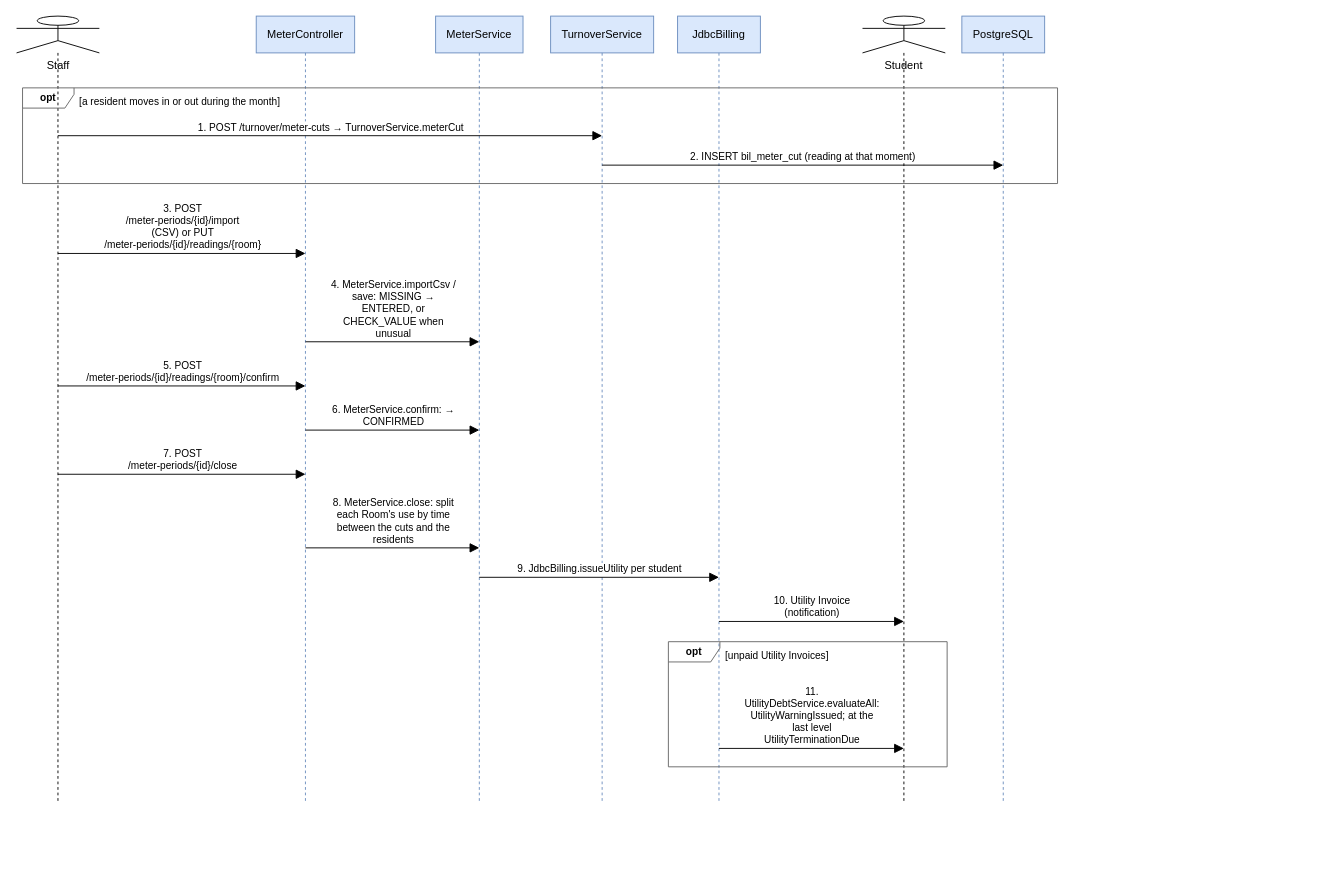
Above: docs/Diagrams/07_Sequence/seq-15-utility-meter-invoice.drawio in tisou47/CampusStay-FPT (draw.io), before the change. Source tidied: cells renumbered, new cells numbered last; positions are measured from the earlier drawing's top-left corner, leaving out a move shared by most shapes. Both pictures are drawn from the tidied source at 92%, with x=0, y=0 at pixel (17, 16).
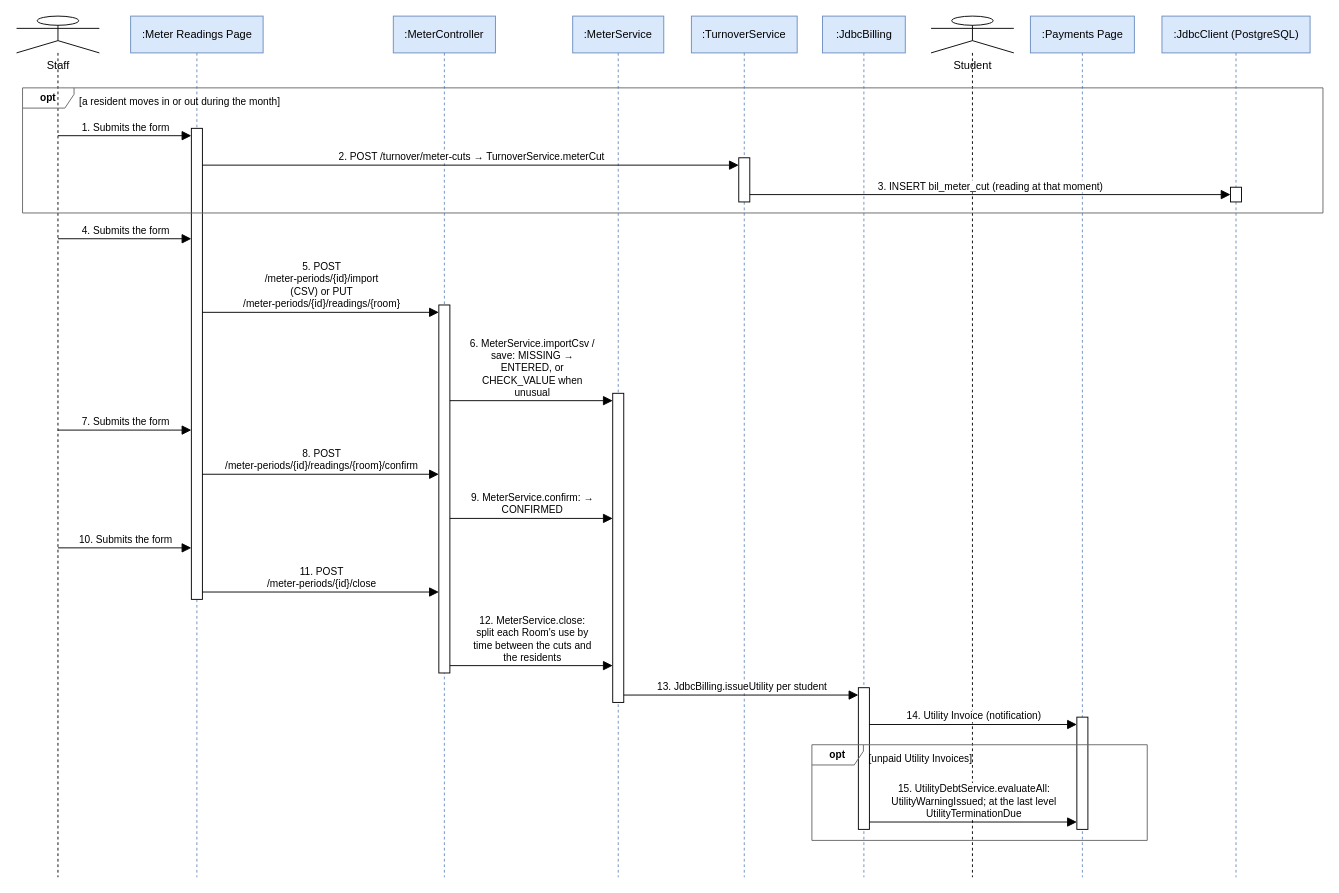
Above is the later version.

The edit, as a diff of the source:
```diff
@@
     <mxCell id="2" value="Staff" style="shape=umlLifeline;participant=umlActor;perimeter=lifelinePerimeter;size=40;verticalAlign=top;spacingTop=40;html=1;whiteSpace=wrap;fontSize=12;fontFamily=Helvetica;" parent="1" vertex="1">
-      <mxGeometry x="-0.5" width="90" height="856" as="geometry" />
+      <mxGeometry x="-0.5" width="90" height="936" as="geometry" />
     </mxCell>
+    <mxCell id="24" value=":Meter Readings Page" style="shape=umlLifeline;perimeter=lifelinePerimeter;size=40;html=1;whiteSpace=wrap;fontSize=12;fontFamily=Helvetica;fillColor=#dae8fc;strokeColor=#6c8ebf;" parent="1" vertex="1">
+      <mxGeometry x="123.5" width="144" height="936" as="geometry" />
+    </mxCell>
-    <mxCell id="3" value="MeterController" style="shape=umlLifeline;perimeter=lifelinePerimeter;size=40;html=1;whiteSpace=wrap;fontSize=12;fontFamily=Helvetica;fillColor=#dae8fc;strokeColor=#6c8ebf;" parent="1" vertex="1">
-      <mxGeometry x="260" width="107" height="856" as="geometry" />
+    <mxCell id="3" value=":MeterController" style="shape=umlLifeline;perimeter=lifelinePerimeter;size=40;html=1;whiteSpace=wrap;fontSize=12;fontFamily=Helvetica;fillColor=#dae8fc;strokeColor=#6c8ebf;" parent="1" vertex="1">
+      <mxGeometry x="409" width="111" height="936" as="geometry" />
     </mxCell>
-    <mxCell id="4" value="MeterService" style="shape=umlLifeline;perimeter=lifelinePerimeter;size=40;html=1;whiteSpace=wrap;fontSize=12;fontFamily=Helvetica;fillColor=#dae8fc;strokeColor=#6c8ebf;" parent="1" vertex="1">
-      <mxGeometry x="455" width="95" height="856" as="geometry" />
+    <mxCell id="4" value=":MeterService" style="shape=umlLifeline;perimeter=lifelinePerimeter;size=40;html=1;whiteSpace=wrap;fontSize=12;fontFamily=Helvetica;fillColor=#dae8fc;strokeColor=#6c8ebf;" parent="1" vertex="1">
+      <mxGeometry x="604" width="99" height="936" as="geometry" />
     </mxCell>
-    <mxCell id="5" value="TurnoverService" style="shape=umlLifeline;perimeter=lifelinePerimeter;size=40;html=1;whiteSpace=wrap;fontSize=12;fontFamily=Helvetica;fillColor=#dae8fc;strokeColor=#6c8ebf;" parent="1" vertex="1">
-      <mxGeometry x="580" width="112" height="856" as="geometry" />
+    <mxCell id="5" value=":TurnoverService" style="shape=umlLifeline;perimeter=lifelinePerimeter;size=40;html=1;whiteSpace=wrap;fontSize=12;fontFamily=Helvetica;fillColor=#dae8fc;strokeColor=#6c8ebf;" parent="1" vertex="1">
+      <mxGeometry x="733" width="115" height="936" as="geometry" />
     </mxCell>
-    <mxCell id="6" value="JdbcBilling" style="shape=umlLifeline;perimeter=lifelinePerimeter;size=40;html=1;whiteSpace=wrap;fontSize=12;fontFamily=Helvetica;fillColor=#dae8fc;strokeColor=#6c8ebf;" parent="1" vertex="1">
-      <mxGeometry x="718" width="90" height="856" as="geometry" />
+    <mxCell id="6" value=":JdbcBilling" style="shape=umlLifeline;perimeter=lifelinePerimeter;size=40;html=1;whiteSpace=wrap;fontSize=12;fontFamily=Helvetica;fillColor=#dae8fc;strokeColor=#6c8ebf;" parent="1" vertex="1">
+      <mxGeometry x="875.5" width="90" height="936" as="geometry" />
     </mxCell>
     <mxCell id="7" value="Student" style="shape=umlLifeline;participant=umlActor;perimeter=lifelinePerimeter;size=40;verticalAlign=top;spacingTop=40;html=1;whiteSpace=wrap;fontSize=12;fontFamily=Helvetica;" parent="1" vertex="1">
-      <mxGeometry x="919" width="90" height="856" as="geometry" />
+      <mxGeometry x="993.5" width="90" height="936" as="geometry" />
     </mxCell>
+    <mxCell id="25" value=":Payments Page" style="shape=umlLifeline;perimeter=lifelinePerimeter;size=40;html=1;whiteSpace=wrap;fontSize=12;fontFamily=Helvetica;fillColor=#dae8fc;strokeColor=#6c8ebf;" parent="1" vertex="1">
+      <mxGeometry x="1101.5" width="113" height="936" as="geometry" />
+    </mxCell>
-    <mxCell id="8" value="PostgreSQL" style="shape=umlLifeline;perimeter=lifelinePerimeter;size=40;html=1;whiteSpace=wrap;fontSize=12;fontFamily=Helvetica;fillColor=#dae8fc;strokeColor=#6c8ebf;" parent="1" vertex="1">
-      <mxGeometry x="1027" width="90" height="856" as="geometry" />
+    <mxCell id="8" value=":JdbcClient (PostgreSQL)" style="shape=umlLifeline;perimeter=lifelinePerimeter;size=40;html=1;whiteSpace=wrap;fontSize=12;fontFamily=Helvetica;fillColor=#dae8fc;strokeColor=#6c8ebf;" parent="1" vertex="1">
+      <mxGeometry x="1244.5" width="161" height="936" as="geometry" />
     </mxCell>
-    <mxCell id="9" value="1. POST /turnover/meter-cuts → TurnoverService.meterCut" style="html=1;rounded=1;fontSize=11;fontFamily=Helvetica;labelBackgroundColor=#ffffff;verticalAlign=bottom;endArrow=block;endFill=1;endSize=8;" parent="1" edge="1">
-      <mxGeometry relative="1" as="geometry">
-        <mxPoint x="44.5" y="130" as="sourcePoint" />
-        <mxPoint x="636" y="130" as="targetPoint" />
-      </mxGeometry>
+    <mxCell id="9" style="rounded=0;whiteSpace=wrap;html=1;fillColor=#FFFFFF;strokeColor=#000000;" parent="1" vertex="1">
+      <mxGeometry x="189.5" y="122" width="12" height="512" as="geometry" />
     </mxCell>
-    <mxCell id="10" value="2. INSERT bil_meter_cut (reading at that moment)" style="html=1;rounded=1;fontSize=11;fontFamily=Helvetica;labelBackgroundColor=#ffffff;verticalAlign=bottom;endArrow=block;endFill=1;endSize=8;" parent="1" edge="1">
-      <mxGeometry relative="1" as="geometry">
-        <mxPoint x="636" y="162" as="sourcePoint" />
-        <mxPoint x="1072" y="162" as="targetPoint" />
-      </mxGeometry>
+    <mxCell id="10" style="rounded=0;whiteSpace=wrap;html=1;fillColor=#FFFFFF;strokeColor=#000000;" parent="1" vertex="1">
+      <mxGeometry x="784.5" y="154" width="12" height="48" as="geometry" />
     </mxCell>
-    <mxCell id="11" value="opt" style="shape=umlFrame;whiteSpace=wrap;html=1;width=56;height=22;fontSize=11;fontStyle=1;fillColor=none;strokeColor=#666666;" parent="1" vertex="1">
-      <mxGeometry x="6" y="78" width="1125" height="104" as="geometry" />
+    <mxCell id="11" style="rounded=0;whiteSpace=wrap;html=1;fillColor=#FFFFFF;strokeColor=#000000;" parent="1" vertex="1">
+      <mxGeometry x="1319" y="186" width="12" height="16" as="geometry" />
     </mxCell>
-    <mxCell id="12" value="[a resident moves in or out during the month]" style="text;html=1;whiteSpace=wrap;fontSize=12;fontFamily=Helvetica;align=left;verticalAlign=top;fillColor=none;strokeColor=none;fontSize=11;" parent="1" vertex="1">
-      <mxGeometry x="66" y="80" width="261.5" height="20" as="geometry" />
+    <mxCell id="12" style="rounded=0;whiteSpace=wrap;html=1;fillColor=#FFFFFF;strokeColor=#000000;" parent="1" vertex="1">
+      <mxGeometry x="458.5" y="314" width="12" height="400" as="geometry" />
     </mxCell>
-    <mxCell id="13" value="3. POST&lt;br&gt;/meter-periods/{id}/import&lt;br&gt;(CSV) or PUT&lt;br&gt;/meter-periods/{id}/readings/{room}" style="html=1;rounded=1;fontSize=11;fontFamily=Helvetica;labelBackgroundColor=#ffffff;verticalAlign=bottom;endArrow=block;endFill=1;endSize=8;" parent="1" edge="1">
-      <mxGeometry relative="1" as="geometry">
-        <mxPoint x="44.5" y="258" as="sourcePoint" />
-        <mxPoint x="313.5" y="258" as="targetPoint" />
-      </mxGeometry>
+    <mxCell id="13" style="rounded=0;whiteSpace=wrap;html=1;fillColor=#FFFFFF;strokeColor=#000000;" parent="1" vertex="1">
+      <mxGeometry x="647.5" y="410" width="12" height="336" as="geometry" />
     </mxCell>
-    <mxCell id="14" value="4. MeterService.importCsv /&lt;br&gt;save: MISSING →&lt;br&gt;ENTERED, or&lt;br&gt;CHECK_VALUE when&lt;br&gt;unusual" style="html=1;rounded=1;fontSize=11;fontFamily=Helvetica;labelBackgroundColor=#ffffff;verticalAlign=bottom;endArrow=block;endFill=1;endSize=8;" parent="1" edge="1">
-      <mxGeometry relative="1" as="geometry">
-        <mxPoint x="313.5" y="354" as="sourcePoint" />
-        <mxPoint x="502.5" y="354" as="targetPoint" />
-      </mxGeometry>
+    <mxCell id="14" style="rounded=0;whiteSpace=wrap;html=1;fillColor=#FFFFFF;strokeColor=#000000;" parent="1" vertex="1">
+      <mxGeometry x="914.5" y="730" width="12" height="154" as="geometry" />
     </mxCell>
-    <mxCell id="15" value="5. POST&lt;br&gt;/meter-periods/{id}/readings/{room}/confirm" style="html=1;rounded=1;fontSize=11;fontFamily=Helvetica;labelBackgroundColor=#ffffff;verticalAlign=bottom;endArrow=block;endFill=1;endSize=8;" parent="1" edge="1">
-      <mxGeometry relative="1" as="geometry">
-        <mxPoint x="44.5" y="402" as="sourcePoint" />
-        <mxPoint x="313.5" y="402" as="targetPoint" />
-      </mxGeometry>
+    <mxCell id="15" style="rounded=0;whiteSpace=wrap;html=1;fillColor=#FFFFFF;strokeColor=#000000;" parent="1" vertex="1">
+      <mxGeometry x="1152" y="762" width="12" height="122" as="geometry" />
     </mxCell>
-    <mxCell id="16" value="6. MeterService.confirm: →&lt;br&gt;CONFIRMED" style="html=1;rounded=1;fontSize=11;fontFamily=Helvetica;labelBackgroundColor=#ffffff;verticalAlign=bottom;endArrow=block;endFill=1;endSize=8;" parent="1" edge="1">
+    <mxCell id="16" value="1. Submits the form" style="html=1;rounded=1;fontSize=11;fontFamily=Helvetica;labelBackgroundColor=#ffffff;verticalAlign=bottom;endArrow=block;endFill=1;endSize=8;" parent="1" edge="1">
       <mxGeometry relative="1" as="geometry">
-        <mxPoint x="313.5" y="450" as="sourcePoint" />
-        <mxPoint x="502.5" y="450" as="targetPoint" />
+        <mxPoint x="44.5" y="130" as="sourcePoint" />
+        <mxPoint x="189.5" y="130" as="targetPoint" />
       </mxGeometry>
     </mxCell>
-    <mxCell id="17" value="7. POST&lt;br&gt;/meter-periods/{id}/close" style="html=1;rounded=1;fontSize=11;fontFamily=Helvetica;labelBackgroundColor=#ffffff;verticalAlign=bottom;endArrow=block;endFill=1;endSize=8;" parent="1" edge="1">
+    <mxCell id="17" value="2. POST /turnover/meter-cuts → TurnoverService.meterCut" style="html=1;rounded=1;fontSize=11;fontFamily=Helvetica;labelBackgroundColor=#ffffff;verticalAlign=bottom;endArrow=block;endFill=1;endSize=8;" parent="1" edge="1">
       <mxGeometry relative="1" as="geometry">
-        <mxPoint x="44.5" y="498" as="sourcePoint" />
-        <mxPoint x="313.5" y="498" as="targetPoint" />
+        <mxPoint x="201.5" y="162" as="sourcePoint" />
+        <mxPoint x="784.5" y="162" as="targetPoint" />
       </mxGeometry>
     </mxCell>
-    <mxCell id="18" value="8. MeterService.close: split&lt;br&gt;each Room's use by time&lt;br&gt;between the cuts and the&lt;br&gt;residents" style="html=1;rounded=1;fontSize=11;fontFamily=Helvetica;labelBackgroundColor=#ffffff;verticalAlign=bottom;endArrow=block;endFill=1;endSize=8;" parent="1" edge="1">
+    <mxCell id="18" value="3. INSERT bil_meter_cut (reading at that moment)" style="html=1;rounded=1;fontSize=11;fontFamily=Helvetica;labelBackgroundColor=#ffffff;verticalAlign=bottom;endArrow=block;endFill=1;endSize=8;" parent="1" edge="1">
       <mxGeometry relative="1" as="geometry">
-        <mxPoint x="313.5" y="578" as="sourcePoint" />
-        <mxPoint x="502.5" y="578" as="targetPoint" />
+        <mxPoint x="796.5" y="194" as="sourcePoint" />
+        <mxPoint x="1319" y="194" as="targetPoint" />
       </mxGeometry>
     </mxCell>
-    <mxCell id="19" value="9. JdbcBilling.issueUtility per student" style="html=1;rounded=1;fontSize=11;fontFamily=Helvetica;labelBackgroundColor=#ffffff;verticalAlign=bottom;endArrow=block;endFill=1;endSize=8;" parent="1" edge="1">
-      <mxGeometry relative="1" as="geometry">
-        <mxPoint x="502.5" y="610" as="sourcePoint" />
-        <mxPoint x="763" y="610" as="targetPoint" />
-      </mxGeometry>
+    <mxCell id="19" value="opt" style="shape=umlFrame;whiteSpace=wrap;html=1;width=56;height=22;fontSize=11;fontStyle=1;fillColor=none;strokeColor=#666666;" parent="1" vertex="1">
+      <mxGeometry x="6" y="78" width="1413.5" height="136" as="geometry" />
     </mxCell>
-    <mxCell id="20" value="10. Utility Invoice&lt;br&gt;(notification)" style="html=1;rounded=1;fontSize=11;fontFamily=Helvetica;labelBackgroundColor=#ffffff;verticalAlign=bottom;endArrow=block;endFill=1;endSize=8;" parent="1" edge="1">
-      <mxGeometry relative="1" as="geometry">
-        <mxPoint x="763" y="658" as="sourcePoint" />
-        <mxPoint x="964" y="658" as="targetPoint" />
-      </mxGeometry>
+    <mxCell id="20" value="[a resident moves in or out during the month]" style="text;html=1;whiteSpace=wrap;fontSize=12;fontFamily=Helvetica;align=left;verticalAlign=top;fillColor=none;strokeColor=none;fontSize=11;" parent="1" vertex="1">
+      <mxGeometry x="66" y="80" width="261.5" height="20" as="geometry" />
     </mxCell>
-    <mxCell id="21" value="11.&lt;br&gt;UtilityDebtService.evaluateAll:&lt;br&gt;UtilityWarningIssued; at the&lt;br&gt;last level&lt;br&gt;UtilityTerminationDue" style="html=1;rounded=1;fontSize=11;fontFamily=Helvetica;labelBackgroundColor=#ffffff;verticalAlign=bottom;endArrow=block;endFill=1;endSize=8;" parent="1" edge="1">
+    <mxCell id="21" value="4. Submits the form" style="html=1;rounded=1;fontSize=11;fontFamily=Helvetica;labelBackgroundColor=#ffffff;verticalAlign=bottom;endArrow=block;endFill=1;endSize=8;" parent="1" edge="1">
       <mxGeometry relative="1" as="geometry">
-        <mxPoint x="763" y="796" as="sourcePoint" />
-        <mxPoint x="964" y="796" as="targetPoint" />
+        <mxPoint x="44.5" y="242" as="sourcePoint" />
+        <mxPoint x="189.5" y="242" as="targetPoint" />
       </mxGeometry>
     </mxCell>
-    <mxCell id="22" value="opt" style="shape=umlFrame;whiteSpace=wrap;html=1;width=56;height=22;fontSize=11;fontStyle=1;fillColor=none;strokeColor=#666666;" parent="1" vertex="1">
-      <mxGeometry x="708" y="680" width="303" height="136" as="geometry" />
+    <mxCell id="22" value="5. POST&lt;br&gt;/meter-periods/{id}/import&lt;br&gt;(CSV) or PUT&lt;br&gt;/meter-periods/{id}/readings/{room}" style="html=1;rounded=1;fontSize=11;fontFamily=Helvetica;labelBackgroundColor=#ffffff;verticalAlign=bottom;endArrow=block;endFill=1;endSize=8;" parent="1" edge="1">
+      <mxGeometry relative="1" as="geometry">
+        <mxPoint x="201.5" y="322" as="sourcePoint" />
+        <mxPoint x="458.5" y="322" as="targetPoint" />
+      </mxGeometry>
     </mxCell>
-    <mxCell id="23" value="[unpaid Utility Invoices]" style="text;html=1;whiteSpace=wrap;fontSize=12;fontFamily=Helvetica;align=left;verticalAlign=top;fillColor=none;strokeColor=none;fontSize=11;" parent="1" vertex="1">
-      <mxGeometry x="768" y="682" width="146.1" height="20" as="geometry" />
+    <mxCell id="23" value="6. MeterService.importCsv /&lt;br&gt;save: MISSING →&lt;br&gt;ENTERED, or&lt;br&gt;CHECK_VALUE when&lt;br&gt;unusual" style="html=1;rounded=1;fontSize=11;fontFamily=Helvetica;labelBackgroundColor=#ffffff;verticalAlign=bottom;endArrow=block;endFill=1;endSize=8;" parent="1" edge="1">
+      <mxGeometry relative="1" as="geometry">
+        <mxPoint x="470.5" y="418" as="sourcePoint" />
+        <mxPoint x="647.5" y="418" as="targetPoint" />
+      </mxGeometry>
     </mxCell>
+    <mxCell id="26" value="7. Submits the form" style="html=1;rounded=1;fontSize=11;fontFamily=Helvetica;labelBackgroundColor=#ffffff;verticalAlign=bottom;endArrow=block;endFill=1;endSize=8;" parent="1" edge="1">
+      <mxGeometry relative="1" as="geometry">
+        <mxPoint x="44.5" y="450" as="sourcePoint" />
+        <mxPoint x="189.5" y="450" as="targetPoint" />
+      </mxGeometry>
+    </mxCell>
+    <mxCell id="27" value="8. POST&lt;br&gt;/meter-periods/{id}/readings/{room}/confirm" style="html=1;rounded=1;fontSize=11;fontFamily=Helvetica;labelBackgroundColor=#ffffff;verticalAlign=bottom;endArrow=block;endFill=1;endSize=8;" parent="1" edge="1">
+      <mxGeometry relative="1" as="geometry">
+        <mxPoint x="201.5" y="498" as="sourcePoint" />
+        <mxPoint x="458.5" y="498" as="targetPoint" />
+      </mxGeometry>
+    </mxCell>
+    <mxCell id="28" value="9. MeterService.confirm: →&lt;br&gt;CONFIRMED" style="html=1;rounded=1;fontSize=11;fontFamily=Helvetica;labelBackgroundColor=#ffffff;verticalAlign=bottom;endArrow=block;endFill=1;endSize=8;" parent="1" edge="1">
+      <mxGeometry relative="1" as="geometry">
+        <mxPoint x="470.5" y="546" as="sourcePoint" />
+        <mxPoint x="647.5" y="546" as="targetPoint" />
+      </mxGeometry>
+    </mxCell>
+    <mxCell id="29" value="10. Submits the form" style="html=1;rounded=1;fontSize=11;fontFamily=Helvetica;labelBackgroundColor=#ffffff;verticalAlign=bottom;endArrow=block;endFill=1;endSize=8;" parent="1" edge="1">
+      <mxGeometry relative="1" as="geometry">
+        <mxPoint x="44.5" y="578" as="sourcePoint" />
+        <mxPoint x="189.5" y="578" as="targetPoint" />
+      </mxGeometry>
+    </mxCell>
+    <mxCell id="30" value="11. POST&lt;br&gt;/meter-periods/{id}/close" style="html=1;rounded=1;fontSize=11;fontFamily=Helvetica;labelBackgroundColor=#ffffff;verticalAlign=bottom;endArrow=block;endFill=1;endSize=8;" parent="1" edge="1">
+      <mxGeometry relative="1" as="geometry">
+        <mxPoint x="201.5" y="626" as="sourcePoint" />
+        <mxPoint x="458.5" y="626" as="targetPoint" />
+      </mxGeometry>
+    </mxCell>
+    <mxCell id="31" value="12. MeterService.close:&lt;br&gt;split each Room's use by&lt;br&gt;time between the cuts and&lt;br&gt;the residents" style="html=1;rounded=1;fontSize=11;fontFamily=Helvetica;labelBackgroundColor=#ffffff;verticalAlign=bottom;endArrow=block;endFill=1;endSize=8;" parent="1" edge="1">
+      <mxGeometry relative="1" as="geometry">
+        <mxPoint x="470.5" y="706" as="sourcePoint" />
+        <mxPoint x="647.5" y="706" as="targetPoint" />
+      </mxGeometry>
+    </mxCell>
+    <mxCell id="32" value="13. JdbcBilling.issueUtility per student" style="html=1;rounded=1;fontSize=11;fontFamily=Helvetica;labelBackgroundColor=#ffffff;verticalAlign=bottom;endArrow=block;endFill=1;endSize=8;" parent="1" edge="1">
+      <mxGeometry relative="1" as="geometry">
+        <mxPoint x="659.5" y="738" as="sourcePoint" />
+        <mxPoint x="914.5" y="738" as="targetPoint" />
+      </mxGeometry>
+    </mxCell>
+    <mxCell id="33" value="14. Utility Invoice (notification)" style="html=1;rounded=1;fontSize=11;fontFamily=Helvetica;labelBackgroundColor=#ffffff;verticalAlign=bottom;endArrow=block;endFill=1;endSize=8;" parent="1" edge="1">
+      <mxGeometry relative="1" as="geometry">
+        <mxPoint x="926.5" y="770" as="sourcePoint" />
+        <mxPoint x="1152" y="770" as="targetPoint" />
+      </mxGeometry>
+    </mxCell>
+    <mxCell id="34" value="15. UtilityDebtService.evaluateAll:&lt;br&gt;UtilityWarningIssued; at the last level&lt;br&gt;UtilityTerminationDue" style="html=1;rounded=1;fontSize=11;fontFamily=Helvetica;labelBackgroundColor=#ffffff;verticalAlign=bottom;endArrow=block;endFill=1;endSize=8;" parent="1" edge="1">
+      <mxGeometry relative="1" as="geometry">
+        <mxPoint x="926.5" y="876" as="sourcePoint" />
+        <mxPoint x="1152" y="876" as="targetPoint" />
+      </mxGeometry>
+    </mxCell>
+    <mxCell id="35" value="opt" style="shape=umlFrame;whiteSpace=wrap;html=1;width=56;height=22;fontSize=11;fontStyle=1;fillColor=none;strokeColor=#666666;" parent="1" vertex="1">
+      <mxGeometry x="864" y="792" width="364.5" height="104" as="geometry" />
+    </mxCell>
+    <mxCell id="36" value="[unpaid Utility Invoices]" style="text;html=1;whiteSpace=wrap;fontSize=12;fontFamily=Helvetica;align=left;verticalAlign=top;fillColor=none;strokeColor=none;fontSize=11;" parent="1" vertex="1">
+      <mxGeometry x="924" y="794" width="146.1" height="20" as="geometry" />
+    </mxCell>
```
